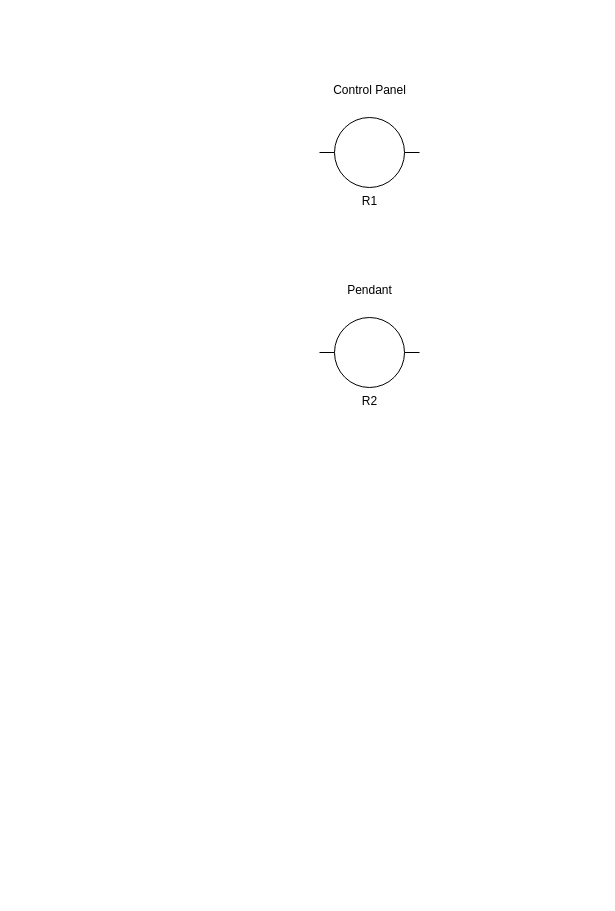
The draw.io diagram 176 Pendant.drawio in nicholas-carnie/Nicks-files, before the edit. Source tidied: cells renumbered, new cells numbered last; positions are measured from the earlier drawing's top-left corner, leaving out a move shared by most shapes. Both pictures are drawn from the tidied source at 100%, with x=0, y=0 at pixel (319, 75).
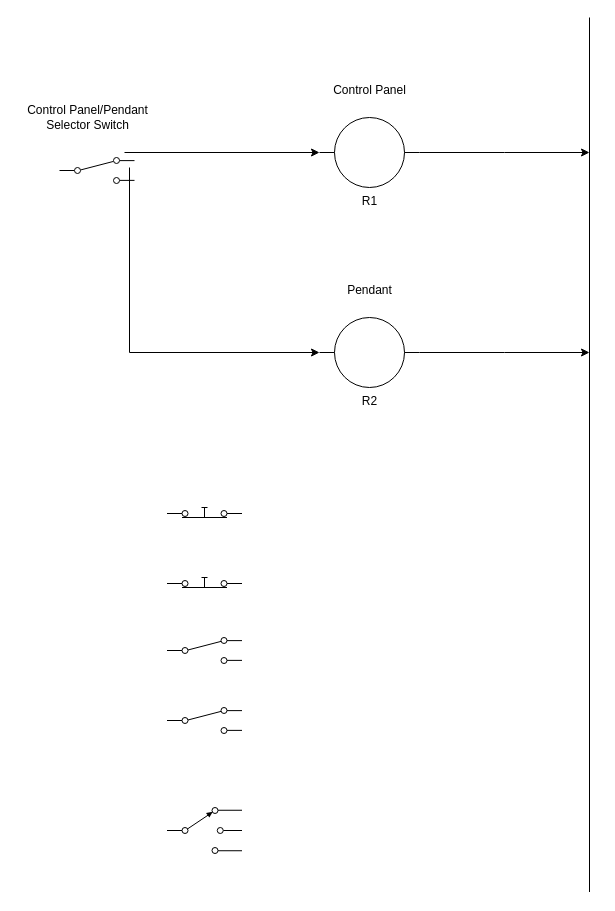
The same diagram, later.

The change refers to these unchanged cells:
```xml
<mxCell id="2" value="R1" style="verticalLabelPosition=bottom;shadow=0;dashed=0;align=center;html=1;verticalAlign=top;shape=mxgraph.electrical.electro-mechanical.relay_coil_2;" parent="1" vertex="1">
  <mxGeometry y="42" width="100" height="70" as="geometry" />
</mxCell>
<mxCell id="3" value="R2" style="verticalLabelPosition=bottom;shadow=0;dashed=0;align=center;html=1;verticalAlign=top;shape=mxgraph.electrical.electro-mechanical.relay_coil_2;" parent="1" vertex="1">
  <mxGeometry y="242" width="100" height="70" as="geometry" />
</mxCell>
```

The edit, as a diff of the source:
```diff
@@
+    <mxCell id="6" style="edgeStyle=orthogonalEdgeStyle;rounded=0;jettySize=auto;html=1;" parent="1" edge="1" source="2">
+      <mxGeometry relative="1" as="geometry">
+        <mxPoint x="270" y="77" as="targetPoint" />
+      </mxGeometry>
+    </mxCell>
@@
+    <mxCell id="7" style="edgeStyle=orthogonalEdgeStyle;rounded=0;jettySize=auto;html=1;" parent="1" edge="1" source="3">
+      <mxGeometry relative="1" as="geometry">
+        <mxPoint x="270" y="277" as="targetPoint" />
+      </mxGeometry>
+    </mxCell>
@@
+    <mxCell id="8" style="verticalLabelPosition=bottom;shadow=0;dashed=0;align=center;html=1;verticalAlign=top;shape=mxgraph.electrical.electro-mechanical.selectorSwitch3Position2;elSwitchState=1;" parent="1" vertex="1">
+      <mxGeometry x="-152.5" y="732" width="75" height="46" as="geometry" />
+    </mxCell>
+    <mxCell id="9" style="html=1;shape=mxgraph.electrical.electro-mechanical.twoWaySwitch;elSwitchState=2;" parent="1" vertex="1">
+      <mxGeometry x="-152.5" y="632" width="75" height="26" as="geometry" />
+    </mxCell>
+    <mxCell id="10" style="endArrow=classic;html=1;rounded=0;entryX=0;entryY=0.5;entryDx=0;entryDy=0;entryPerimeter=0;" parent="1" edge="1" target="2">
+      <mxGeometry relative="1" as="geometry">
+        <mxPoint x="-195" y="77" as="sourcePoint" />
+      </mxGeometry>
+    </mxCell>
+    <mxCell id="11" style="endArrow=classic;html=1;rounded=0;entryX=0;entryY=0.5;entryDx=0;entryDy=0;entryPerimeter=0;" parent="1" edge="1" target="3">
+      <mxGeometry relative="1" as="geometry">
+        <mxPoint x="-190" y="92" as="sourcePoint" />
+        <Array as="points">
+          <mxPoint x="-190" y="277" />
+        </Array>
+      </mxGeometry>
+    </mxCell>
+    <mxCell id="12" value="Control Panel/Pendant&lt;div&gt;Selector Switch&lt;/div&gt;" style="text;html=1;align=center;verticalAlign=middle;strokeColor=none;fillColor=none;" parent="1" vertex="1">
+      <mxGeometry x="-302.5" y="22" width="140" height="40" as="geometry" />
+    </mxCell>
+    <mxCell id="13" style="endArrow=none;html=1;rounded=0;" parent="1" edge="1">
+      <mxGeometry relative="1" as="geometry">
+        <mxPoint x="270" y="816.5" as="sourcePoint" />
+        <mxPoint x="270" y="-58" as="targetPoint" />
+      </mxGeometry>
+    </mxCell>
+    <mxCell id="14" style="html=1;shape=mxgraph.electrical.electro-mechanical.pushbutton;elSwitchState=on;" parent="1" vertex="1">
+      <mxGeometry x="-152.5" y="422" width="75" height="20" as="geometry" />
+    </mxCell>
+    <mxCell id="15" style="html=1;shape=mxgraph.electrical.electro-mechanical.pushbutton;elSwitchState=on;" parent="1" vertex="1">
+      <mxGeometry x="-152.5" y="492" width="75" height="20" as="geometry" />
+    </mxCell>
+    <mxCell id="16" style="html=1;shape=mxgraph.electrical.electro-mechanical.twoWaySwitch;elSwitchState=2;" parent="1" vertex="1">
+      <mxGeometry x="-260" y="82" width="75" height="26" as="geometry" />
+    </mxCell>
+    <mxCell id="17" style="html=1;shape=mxgraph.electrical.electro-mechanical.twoWaySwitch;elSwitchState=2;" parent="1" vertex="1">
+      <mxGeometry x="-152.5" y="562" width="75" height="26" as="geometry" />
+    </mxCell>
```
